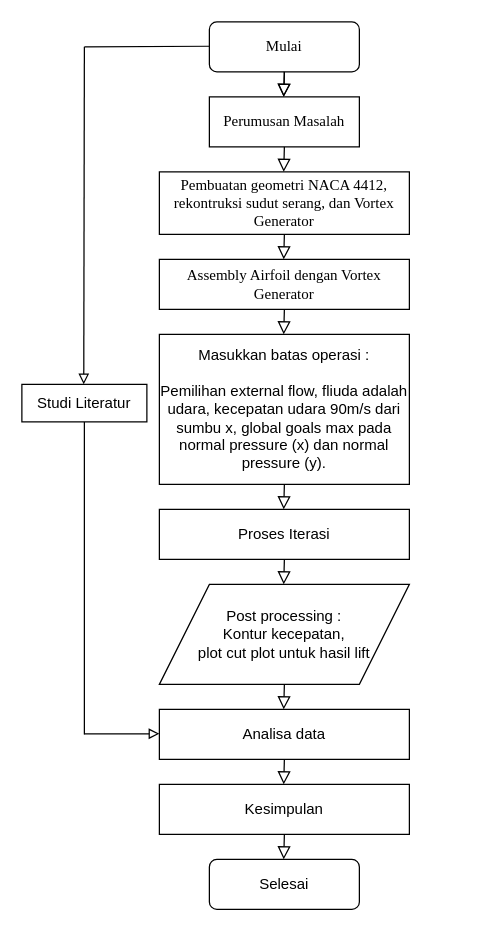
The draw.io diagram Untitled Diagram.drawio in aisayudia/aisayudia.github.io, before the edit. Source tidied: cells renumbered, new cells numbered last; positions are measured from the earlier drawing's top-left corner, leaving out a move shared by most shapes. Both pictures are drawn from the tidied source at 125%, with x=0, y=0 at pixel (21, 21).
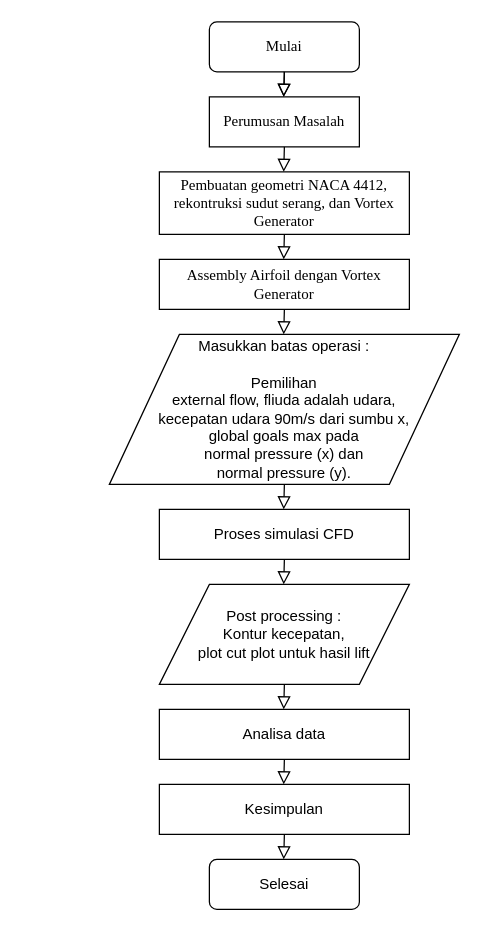
The same page after the edit.

The edit, as a diff of the source:
```diff
@@
-    <mxCell id="11" value="&lt;div&gt;Masukkan batas operasi :&lt;/div&gt;&lt;div&gt;&lt;br&gt;&lt;/div&gt;&lt;div&gt;Pemilihan external flow, fliuda adalah udara, kecepatan udara 90m/s dari sumbu x, global goals max pada normal pressure (x) dan normal pressure (y).&lt;br&gt;&lt;/div&gt;" style="rounded=0;whiteSpace=wrap;html=1;" parent="1" vertex="1">
-      <mxGeometry x="110" y="250" width="200" height="120" as="geometry" />
-    </mxCell>
@@
-    <mxCell id="14" value="Proses Iterasi" style="rounded=0;whiteSpace=wrap;html=1;" parent="1" vertex="1">
+    <mxCell id="14" value="Proses simulasi CFD" style="rounded=0;whiteSpace=wrap;html=1;" parent="1" vertex="1">
       <mxGeometry x="110" y="390" width="200" height="40" as="geometry" />
     </mxCell>
@@
-    <mxCell id="22" style="endArrow=block;html=1;endFill=0;" parent="1" edge="1">
-      <mxGeometry relative="1" as="geometry">
-        <mxPoint x="50" y="569.5" as="sourcePoint" />
-        <mxPoint x="110" y="569.5" as="targetPoint" />
-      </mxGeometry>
-    </mxCell>
-    <mxCell id="23" style="endArrow=none;html=1;" parent="1" edge="1">
-      <mxGeometry relative="1" as="geometry">
-        <mxPoint x="50" y="20" as="sourcePoint" />
-        <mxPoint x="150" y="19.5" as="targetPoint" />
-      </mxGeometry>
-    </mxCell>
-    <mxCell id="24" value="Studi Literatur" style="rounded=0;whiteSpace=wrap;html=1;" parent="1" vertex="1">
-      <mxGeometry y="290" width="100" height="30" as="geometry" />
-    </mxCell>
-    <mxCell id="25" style="endArrow=none;html=1;" parent="1" edge="1" target="24">
-      <mxGeometry relative="1" as="geometry">
-        <mxPoint x="50" y="570" as="sourcePoint" />
-      </mxGeometry>
-    </mxCell>
-    <mxCell id="26" style="endArrow=block;html=1;endFill=0;" parent="1" edge="1">
-      <mxGeometry relative="1" as="geometry">
-        <mxPoint x="50" y="20" as="sourcePoint" />
-        <mxPoint x="49.5" y="290" as="targetPoint" />
-      </mxGeometry>
-    </mxCell>
+    <mxCell id="11" value="&lt;div&gt;Masukkan batas operasi :&lt;/div&gt;&lt;div&gt;&lt;br&gt;&lt;/div&gt;Pemilihan &lt;br&gt;&lt;div&gt;external flow, fliuda adalah udara,&lt;/div&gt;&lt;div&gt;kecepatan udara 90m/s dari sumbu x, &lt;/div&gt;&lt;div&gt;global goals max pada&lt;/div&gt;&lt;div&gt;normal pressure (x) dan&lt;/div&gt;&lt;div&gt;normal pressure (y).&lt;/div&gt;" style="shape=parallelogram;perimeter=parallelogramPerimeter;whiteSpace=wrap;html=1;" parent="1" vertex="1">
+      <mxGeometry x="70" y="250" width="280" height="120" as="geometry" />
+    </mxCell>
```
